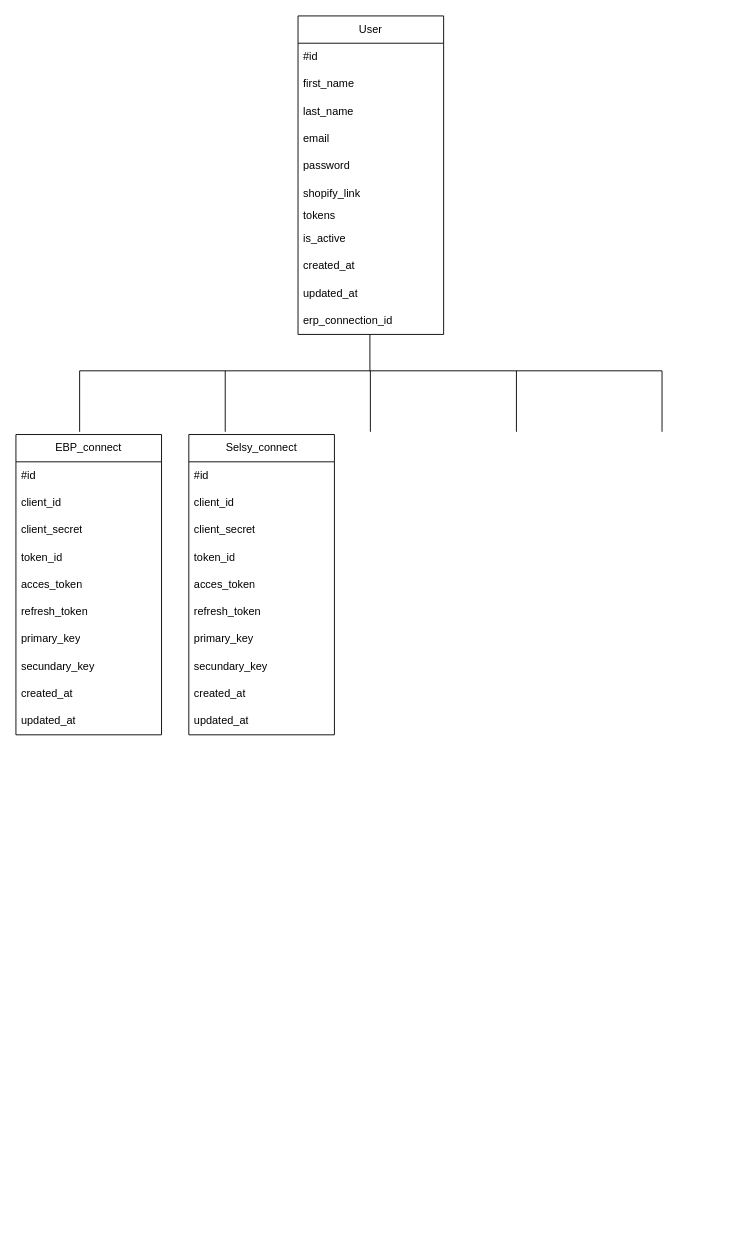
The draw.io diagram Diagramme sans nom.drawio in Dufi1928/calcul, before the edit. Source tidied: cells renumbered, new cells numbered last; positions are measured from the earlier drawing's top-left corner, leaving out a move shared by most shapes. Both pictures are drawn from the tidied source at 91%, with x=0, y=0 at pixel (15, 15).
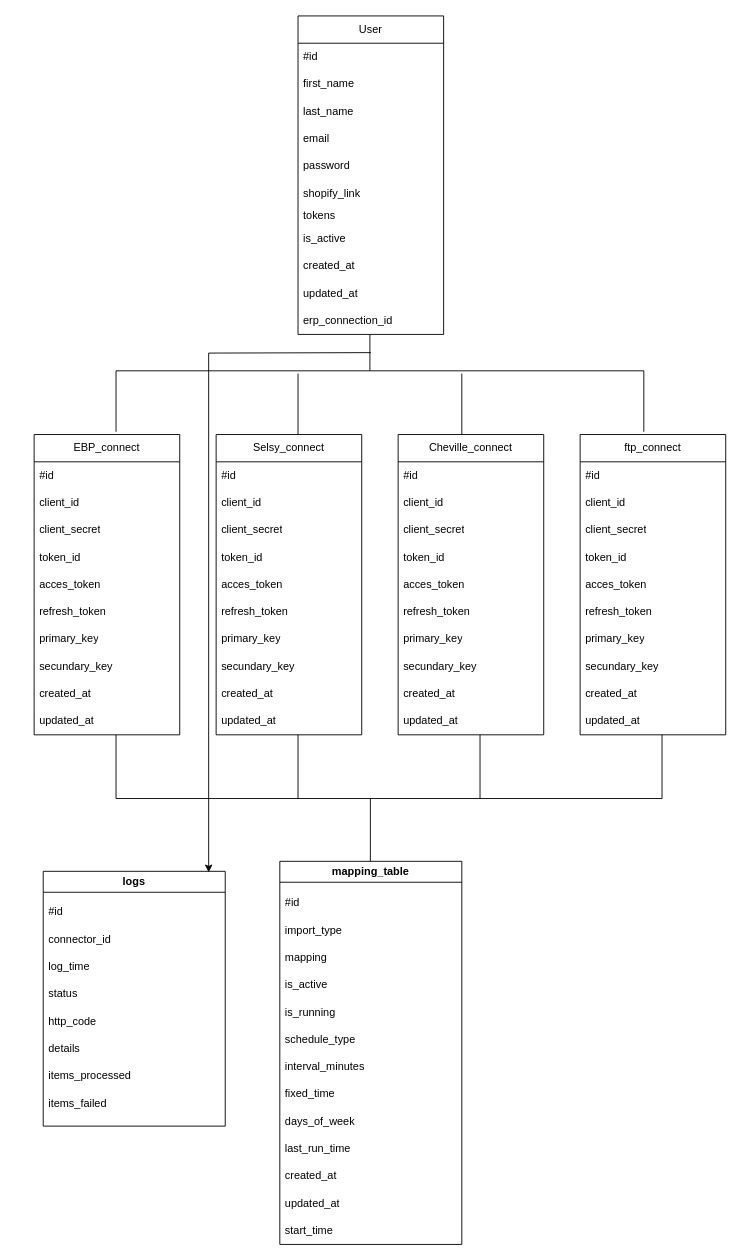
After the change.

Commit message:
Mettre à jour Diagramme sans nom.drawio

Change to the diagram source:
```diff
@@
     <mxCell id="15" style="endArrow=none;html=1;rounded=0;" parent="1" edge="1">
       <mxGeometry relative="1" as="geometry">
-        <mxPoint x="70" y="390" as="sourcePoint" />
-        <mxPoint x="710" y="390" as="targetPoint" />
+        <mxPoint x="110" y="390" as="sourcePoint" />
+        <mxPoint x="690" y="390" as="targetPoint" />
       </mxGeometry>
     </mxCell>
     <mxCell id="16" style="endArrow=none;html=1;rounded=0;entryX=0.488;entryY=1.1;entryDx=0;entryDy=0;entryPerimeter=0;" parent="1" edge="1">
       <mxGeometry relative="1" as="geometry">
-        <mxPoint x="70" y="457" as="sourcePoint" />
-        <mxPoint x="70" y="390" as="targetPoint" />
+        <mxPoint x="110" y="457" as="sourcePoint" />
+        <mxPoint x="110" y="390" as="targetPoint" />
       </mxGeometry>
     </mxCell>
     <mxCell id="17" style="endArrow=none;html=1;rounded=0;entryX=0.488;entryY=1.1;entryDx=0;entryDy=0;entryPerimeter=0;" parent="1" edge="1">
       <mxGeometry relative="1" as="geometry">
-        <mxPoint x="230" y="457" as="sourcePoint" />
-        <mxPoint x="230" y="390" as="targetPoint" />
+        <mxPoint x="310" y="460" as="sourcePoint" />
+        <mxPoint x="310" y="393" as="targetPoint" />
       </mxGeometry>
     </mxCell>
     <mxCell id="18" style="endArrow=none;html=1;rounded=0;entryX=0.488;entryY=1.1;entryDx=0;entryDy=0;entryPerimeter=0;" parent="1" edge="1">
       <mxGeometry relative="1" as="geometry">
-        <mxPoint x="389.5" y="457" as="sourcePoint" />
-        <mxPoint x="389.5" y="390" as="targetPoint" />
+        <mxPoint x="490" y="460" as="sourcePoint" />
+        <mxPoint x="490" y="393" as="targetPoint" />
       </mxGeometry>
     </mxCell>
     <mxCell id="19" style="endArrow=none;html=1;rounded=0;entryX=0.488;entryY=1.1;entryDx=0;entryDy=0;entryPerimeter=0;" parent="1" edge="1">
       <mxGeometry relative="1" as="geometry">
-        <mxPoint x="550" y="457" as="sourcePoint" />
-        <mxPoint x="550" y="390" as="targetPoint" />
+        <mxPoint x="690" y="457" as="sourcePoint" />
+        <mxPoint x="690" y="390" as="targetPoint" />
       </mxGeometry>
     </mxCell>
-    <mxCell id="20" style="endArrow=none;html=1;rounded=0;entryX=0.488;entryY=1.1;entryDx=0;entryDy=0;entryPerimeter=0;" parent="1" edge="1">
-      <mxGeometry relative="1" as="geometry">
-        <mxPoint x="710" y="457" as="sourcePoint" />
-        <mxPoint x="710" y="390" as="targetPoint" />
-      </mxGeometry>
-    </mxCell>
     <mxCell id="21" value="EBP_connect" style="swimlane;fontStyle=0;horizontal=1;startSize=30;whiteSpace=wrap;html=1;" parent="1" vertex="1">
-      <mxGeometry y="460" width="160" height="330" as="geometry" />
+      <mxGeometry x="20" y="460" width="160" height="330" as="geometry" />
     </mxCell>
@@
     <mxCell id="32" value="Selsy_connect" style="swimlane;fontStyle=0;horizontal=1;startSize=30;whiteSpace=wrap;html=1;" parent="1" vertex="1">
-      <mxGeometry x="190" y="460" width="160" height="330" as="geometry" />
+      <mxGeometry x="220" y="460" width="160" height="330" as="geometry" />
     </mxCell>
@@
+    <mxCell id="43" value="Cheville_connect" style="swimlane;fontStyle=0;horizontal=1;startSize=30;whiteSpace=wrap;html=1;" parent="1" vertex="1">
+      <mxGeometry x="420" y="460" width="160" height="330" as="geometry" />
+    </mxCell>
+    <mxCell id="44" value="#id" style="text;strokeColor=none;fillColor=none;align=left;verticalAlign=middle;spacingLeft=4;spacingRight=4;overflow=hidden;whiteSpace=wrap;html=1;" parent="43" vertex="1">
+      <mxGeometry y="30" width="160" height="30" as="geometry" />
+    </mxCell>
+    <mxCell id="45" value="client_id" style="text;strokeColor=none;fillColor=none;align=left;verticalAlign=middle;spacingLeft=4;spacingRight=4;overflow=hidden;whiteSpace=wrap;html=1;" parent="43" vertex="1">
+      <mxGeometry y="60" width="160" height="30" as="geometry" />
+    </mxCell>
+    <mxCell id="46" value="client_secret" style="text;strokeColor=none;fillColor=none;align=left;verticalAlign=middle;spacingLeft=4;spacingRight=4;overflow=hidden;whiteSpace=wrap;html=1;" parent="43" vertex="1">
+      <mxGeometry y="90" width="160" height="30" as="geometry" />
+    </mxCell>
+    <mxCell id="47" value="token_id" style="text;strokeColor=none;fillColor=none;align=left;verticalAlign=middle;spacingLeft=4;spacingRight=4;overflow=hidden;whiteSpace=wrap;html=1;" parent="43" vertex="1">
+      <mxGeometry y="120" width="160" height="30" as="geometry" />
+    </mxCell>
+    <mxCell id="48" value="acces_token" style="text;strokeColor=none;fillColor=none;align=left;verticalAlign=middle;spacingLeft=4;spacingRight=4;overflow=hidden;whiteSpace=wrap;html=1;" parent="43" vertex="1">
+      <mxGeometry y="150" width="160" height="30" as="geometry" />
+    </mxCell>
+    <mxCell id="49" value="refresh_token" style="text;strokeColor=none;fillColor=none;align=left;verticalAlign=middle;spacingLeft=4;spacingRight=4;overflow=hidden;whiteSpace=wrap;html=1;" parent="43" vertex="1">
+      <mxGeometry y="180" width="160" height="30" as="geometry" />
+    </mxCell>
+    <mxCell id="50" value="primary_key" style="text;strokeColor=none;fillColor=none;align=left;verticalAlign=middle;spacingLeft=4;spacingRight=4;overflow=hidden;whiteSpace=wrap;html=1;" parent="43" vertex="1">
+      <mxGeometry y="210" width="160" height="30" as="geometry" />
+    </mxCell>
+    <mxCell id="51" value="secundary_key" style="text;strokeColor=none;fillColor=none;align=left;verticalAlign=middle;spacingLeft=4;spacingRight=4;overflow=hidden;whiteSpace=wrap;html=1;" parent="43" vertex="1">
+      <mxGeometry y="240" width="160" height="30" as="geometry" />
+    </mxCell>
+    <mxCell id="52" value="created_at" style="text;strokeColor=none;fillColor=none;align=left;verticalAlign=middle;spacingLeft=4;spacingRight=4;overflow=hidden;whiteSpace=wrap;html=1;" parent="43" vertex="1">
+      <mxGeometry y="270" width="160" height="30" as="geometry" />
+    </mxCell>
+    <mxCell id="53" value="updated_at" style="text;strokeColor=none;fillColor=none;align=left;verticalAlign=middle;spacingLeft=4;spacingRight=4;overflow=hidden;whiteSpace=wrap;html=1;" parent="43" vertex="1">
+      <mxGeometry y="300" width="160" height="30" as="geometry" />
+    </mxCell>
+    <mxCell id="54" value="ftp_connect" style="swimlane;fontStyle=0;horizontal=1;startSize=30;whiteSpace=wrap;html=1;" parent="1" vertex="1">
+      <mxGeometry x="620" y="460" width="160" height="330" as="geometry" />
+    </mxCell>
+    <mxCell id="55" value="#id" style="text;strokeColor=none;fillColor=none;align=left;verticalAlign=middle;spacingLeft=4;spacingRight=4;overflow=hidden;whiteSpace=wrap;html=1;" parent="54" vertex="1">
+      <mxGeometry y="30" width="160" height="30" as="geometry" />
+    </mxCell>
+    <mxCell id="56" value="client_id" style="text;strokeColor=none;fillColor=none;align=left;verticalAlign=middle;spacingLeft=4;spacingRight=4;overflow=hidden;whiteSpace=wrap;html=1;" parent="54" vertex="1">
+      <mxGeometry y="60" width="160" height="30" as="geometry" />
+    </mxCell>
+    <mxCell id="57" value="client_secret" style="text;strokeColor=none;fillColor=none;align=left;verticalAlign=middle;spacingLeft=4;spacingRight=4;overflow=hidden;whiteSpace=wrap;html=1;" parent="54" vertex="1">
+      <mxGeometry y="90" width="160" height="30" as="geometry" />
+    </mxCell>
+    <mxCell id="58" value="token_id" style="text;strokeColor=none;fillColor=none;align=left;verticalAlign=middle;spacingLeft=4;spacingRight=4;overflow=hidden;whiteSpace=wrap;html=1;" parent="54" vertex="1">
+      <mxGeometry y="120" width="160" height="30" as="geometry" />
+    </mxCell>
+    <mxCell id="59" value="acces_token" style="text;strokeColor=none;fillColor=none;align=left;verticalAlign=middle;spacingLeft=4;spacingRight=4;overflow=hidden;whiteSpace=wrap;html=1;" parent="54" vertex="1">
+      <mxGeometry y="150" width="160" height="30" as="geometry" />
+    </mxCell>
+    <mxCell id="60" value="refresh_token" style="text;strokeColor=none;fillColor=none;align=left;verticalAlign=middle;spacingLeft=4;spacingRight=4;overflow=hidden;whiteSpace=wrap;html=1;" parent="54" vertex="1">
+      <mxGeometry y="180" width="160" height="30" as="geometry" />
+    </mxCell>
+    <mxCell id="61" value="primary_key" style="text;strokeColor=none;fillColor=none;align=left;verticalAlign=middle;spacingLeft=4;spacingRight=4;overflow=hidden;whiteSpace=wrap;html=1;" parent="54" vertex="1">
+      <mxGeometry y="210" width="160" height="30" as="geometry" />
+    </mxCell>
+    <mxCell id="62" value="secundary_key" style="text;strokeColor=none;fillColor=none;align=left;verticalAlign=middle;spacingLeft=4;spacingRight=4;overflow=hidden;whiteSpace=wrap;html=1;" parent="54" vertex="1">
+      <mxGeometry y="240" width="160" height="30" as="geometry" />
+    </mxCell>
+    <mxCell id="63" value="created_at" style="text;strokeColor=none;fillColor=none;align=left;verticalAlign=middle;spacingLeft=4;spacingRight=4;overflow=hidden;whiteSpace=wrap;html=1;" parent="54" vertex="1">
+      <mxGeometry y="270" width="160" height="30" as="geometry" />
+    </mxCell>
+    <mxCell id="64" value="updated_at" style="text;strokeColor=none;fillColor=none;align=left;verticalAlign=middle;spacingLeft=4;spacingRight=4;overflow=hidden;whiteSpace=wrap;html=1;" parent="54" vertex="1">
+      <mxGeometry y="300" width="160" height="30" as="geometry" />
+    </mxCell>
+    <mxCell id="65" style="endArrow=none;html=1;rounded=0;" parent="1" edge="1">
+      <mxGeometry relative="1" as="geometry">
+        <mxPoint x="110" y="860" as="sourcePoint" />
+        <mxPoint x="110" y="790" as="targetPoint" />
+      </mxGeometry>
+    </mxCell>
+    <mxCell id="66" style="endArrow=none;html=1;rounded=0;" parent="1" edge="1">
+      <mxGeometry relative="1" as="geometry">
+        <mxPoint x="310" y="860" as="sourcePoint" />
+        <mxPoint x="310" y="790" as="targetPoint" />
+      </mxGeometry>
+    </mxCell>
+    <mxCell id="67" style="endArrow=none;html=1;rounded=0;" parent="1" edge="1">
+      <mxGeometry relative="1" as="geometry">
+        <mxPoint x="510" y="860" as="sourcePoint" />
+        <mxPoint x="510" y="790" as="targetPoint" />
+      </mxGeometry>
+    </mxCell>
+    <mxCell id="68" style="endArrow=none;html=1;rounded=0;" parent="1" edge="1">
+      <mxGeometry relative="1" as="geometry">
+        <mxPoint x="710" y="860" as="sourcePoint" />
+        <mxPoint x="710" y="790" as="targetPoint" />
+      </mxGeometry>
+    </mxCell>
+    <mxCell id="69" style="endArrow=none;html=1;rounded=0;" parent="1" edge="1">
+      <mxGeometry relative="1" as="geometry">
+        <mxPoint x="710" y="860" as="sourcePoint" />
+        <mxPoint x="110" y="860" as="targetPoint" />
+      </mxGeometry>
+    </mxCell>
+    <mxCell id="70" style="endArrow=none;html=1;rounded=0;" parent="1" edge="1">
+      <mxGeometry relative="1" as="geometry">
+        <mxPoint x="389.5" y="930" as="sourcePoint" />
+        <mxPoint x="389.5" y="860" as="targetPoint" />
+      </mxGeometry>
+    </mxCell>
+    <mxCell id="71" value="&lt;div&gt;mapping_table&lt;/div&gt;" style="swimlane;whiteSpace=wrap;html=1;" parent="1" vertex="1">
+      <mxGeometry x="290" y="929" width="200" height="421" as="geometry" />
+    </mxCell>
+    <mxCell id="72" value="import_type" style="text;strokeColor=none;fillColor=none;align=left;verticalAlign=middle;spacingLeft=4;spacingRight=4;overflow=hidden;whiteSpace=wrap;html=1;" parent="71" vertex="1">
+      <mxGeometry y="61" width="200" height="30" as="geometry" />
+    </mxCell>
+    <mxCell id="73" value="&lt;div&gt;mapping&lt;/div&gt;" style="text;strokeColor=none;fillColor=none;align=left;verticalAlign=middle;spacingLeft=4;spacingRight=4;overflow=hidden;whiteSpace=wrap;html=1;" parent="71" vertex="1">
+      <mxGeometry y="91" width="200" height="30" as="geometry" />
+    </mxCell>
+    <mxCell id="74" value="&lt;div&gt;is_active&lt;/div&gt;" style="text;strokeColor=none;fillColor=none;align=left;verticalAlign=middle;spacingLeft=4;spacingRight=4;overflow=hidden;whiteSpace=wrap;html=1;" parent="71" vertex="1">
+      <mxGeometry y="121" width="200" height="30" as="geometry" />
+    </mxCell>
+    <mxCell id="75" value="&lt;div&gt;is_running&lt;/div&gt;" style="text;strokeColor=none;fillColor=none;align=left;verticalAlign=middle;spacingLeft=4;spacingRight=4;overflow=hidden;whiteSpace=wrap;html=1;" parent="71" vertex="1">
+      <mxGeometry y="151" width="200" height="30" as="geometry" />
+    </mxCell>
+    <mxCell id="76" value="schedule_type" style="text;strokeColor=none;fillColor=none;align=left;verticalAlign=middle;spacingLeft=4;spacingRight=4;overflow=hidden;whiteSpace=wrap;html=1;" parent="71" vertex="1">
+      <mxGeometry y="181" width="200" height="30" as="geometry" />
+    </mxCell>
+    <mxCell id="77" value="interval_minutes" style="text;strokeColor=none;fillColor=none;align=left;verticalAlign=middle;spacingLeft=4;spacingRight=4;overflow=hidden;whiteSpace=wrap;html=1;" parent="71" vertex="1">
+      <mxGeometry y="211" width="200" height="30" as="geometry" />
+    </mxCell>
+    <mxCell id="78" value="fixed_time" style="text;strokeColor=none;fillColor=none;align=left;verticalAlign=middle;spacingLeft=4;spacingRight=4;overflow=hidden;whiteSpace=wrap;html=1;" parent="71" vertex="1">
+      <mxGeometry y="241" width="200" height="30" as="geometry" />
+    </mxCell>
+    <mxCell id="79" value="days_of_week" style="text;strokeColor=none;fillColor=none;align=left;verticalAlign=middle;spacingLeft=4;spacingRight=4;overflow=hidden;whiteSpace=wrap;html=1;" parent="71" vertex="1">
+      <mxGeometry y="271" width="200" height="30" as="geometry" />
+    </mxCell>
+    <mxCell id="80" value="last_run_time" style="text;strokeColor=none;fillColor=none;align=left;verticalAlign=middle;spacingLeft=4;spacingRight=4;overflow=hidden;whiteSpace=wrap;html=1;" parent="71" vertex="1">
+      <mxGeometry y="301" width="200" height="30" as="geometry" />
+    </mxCell>
+    <mxCell id="81" value="created_at" style="text;strokeColor=none;fillColor=none;align=left;verticalAlign=middle;spacingLeft=4;spacingRight=4;overflow=hidden;whiteSpace=wrap;html=1;" parent="71" vertex="1">
+      <mxGeometry y="331" width="200" height="30" as="geometry" />
+    </mxCell>
+    <mxCell id="82" value="updated_at" style="text;strokeColor=none;fillColor=none;align=left;verticalAlign=middle;spacingLeft=4;spacingRight=4;overflow=hidden;whiteSpace=wrap;html=1;" parent="71" vertex="1">
+      <mxGeometry y="361" width="200" height="30" as="geometry" />
+    </mxCell>
+    <mxCell id="83" value="start_time" style="text;strokeColor=none;fillColor=none;align=left;verticalAlign=middle;spacingLeft=4;spacingRight=4;overflow=hidden;whiteSpace=wrap;html=1;" parent="71" vertex="1">
+      <mxGeometry y="391" width="200" height="30" as="geometry" />
+    </mxCell>
+    <mxCell id="84" value="#id" style="text;strokeColor=none;fillColor=none;align=left;verticalAlign=middle;spacingLeft=4;spacingRight=4;overflow=hidden;whiteSpace=wrap;html=1;" parent="71" vertex="1">
+      <mxGeometry y="31" width="200" height="30" as="geometry" />
+    </mxCell>
+    <mxCell id="85" value="&lt;div&gt;logs&lt;/div&gt;" style="swimlane;whiteSpace=wrap;html=1;" parent="1" vertex="1">
+      <mxGeometry x="30" y="940" width="200" height="280" as="geometry" />
+    </mxCell>
+    <mxCell id="86" value="#id" style="text;strokeColor=none;fillColor=none;align=left;verticalAlign=middle;spacingLeft=4;spacingRight=4;overflow=hidden;whiteSpace=wrap;html=1;" parent="85" vertex="1">
+      <mxGeometry y="30" width="200" height="30" as="geometry" />
+    </mxCell>
+    <mxCell id="87" value="connector_id" style="text;strokeColor=none;fillColor=none;align=left;verticalAlign=middle;spacingLeft=4;spacingRight=4;overflow=hidden;whiteSpace=wrap;html=1;" parent="85" vertex="1">
+      <mxGeometry y="60" width="200" height="30" as="geometry" />
+    </mxCell>
+    <mxCell id="88" value="log_time" style="text;strokeColor=none;fillColor=none;align=left;verticalAlign=middle;spacingLeft=4;spacingRight=4;overflow=hidden;whiteSpace=wrap;html=1;" parent="85" vertex="1">
+      <mxGeometry y="90" width="200" height="30" as="geometry" />
+    </mxCell>
+    <mxCell id="89" value="status" style="text;strokeColor=none;fillColor=none;align=left;verticalAlign=middle;spacingLeft=4;spacingRight=4;overflow=hidden;whiteSpace=wrap;html=1;" parent="85" vertex="1">
+      <mxGeometry y="120" width="200" height="30" as="geometry" />
+    </mxCell>
+    <mxCell id="90" value="http_code" style="text;strokeColor=none;fillColor=none;align=left;verticalAlign=middle;spacingLeft=4;spacingRight=4;overflow=hidden;whiteSpace=wrap;html=1;" parent="85" vertex="1">
+      <mxGeometry y="150" width="200" height="30" as="geometry" />
+    </mxCell>
+    <mxCell id="91" value="details" style="text;strokeColor=none;fillColor=none;align=left;verticalAlign=middle;spacingLeft=4;spacingRight=4;overflow=hidden;whiteSpace=wrap;html=1;" parent="85" vertex="1">
+      <mxGeometry y="180" width="200" height="30" as="geometry" />
+    </mxCell>
+    <mxCell id="92" value="items_processed" style="text;strokeColor=none;fillColor=none;align=left;verticalAlign=middle;spacingLeft=4;spacingRight=4;overflow=hidden;whiteSpace=wrap;html=1;" parent="85" vertex="1">
+      <mxGeometry y="210" width="200" height="30" as="geometry" />
+    </mxCell>
+    <mxCell id="93" value="items_failed" style="text;strokeColor=none;fillColor=none;align=left;verticalAlign=middle;spacingLeft=4;spacingRight=4;overflow=hidden;whiteSpace=wrap;html=1;" parent="85" vertex="1">
+      <mxGeometry y="240" width="200" height="30" as="geometry" />
+    </mxCell>
+    <mxCell id="94" style="edgeStyle=orthogonalEdgeStyle;rounded=0;jettySize=auto;html=1;entryX=0.909;entryY=0.004;entryDx=0;entryDy=0;entryPerimeter=0;" parent="1" edge="1" target="85">
+      <mxGeometry relative="1" as="geometry">
+        <mxPoint x="390" y="370" as="sourcePoint" />
+      </mxGeometry>
+    </mxCell>
```
